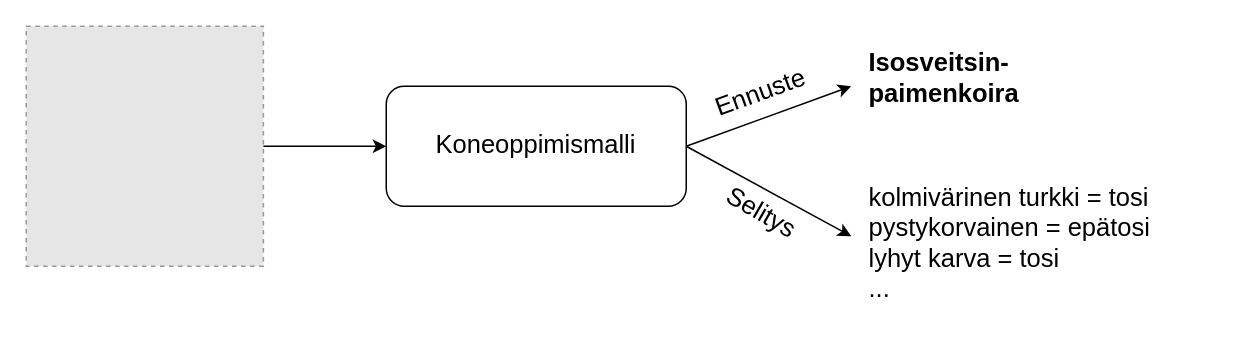
mmanteli/gradu keeps this draw.io diagram as local_antehoc.drawio. Above is the earlier version. Source tidied: cells renumbered, new cells numbered last; positions are measured from the earlier drawing's top-left corner, leaving out a move shared by most shapes. Both pictures are drawn from the tidied source at 150%, with x=0, y=0 at pixel (26, 26). Pictures stored in the file or linked from it are replaced by grey dashed boxes.
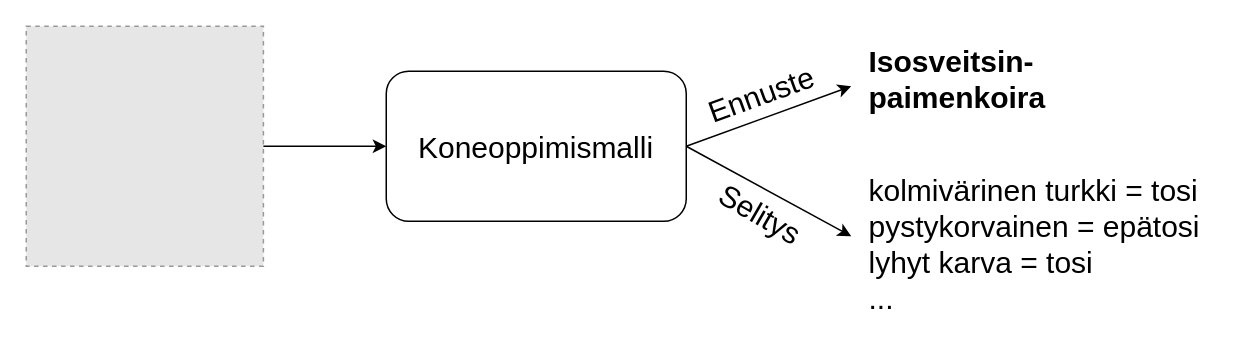
The same diagram, later.

What changed in the source:
```diff
@@
 <mxGraphModel>
   <root>
     <mxCell id="0" />
     <mxCell id="1" parent="0" />
-    <mxCell id="2" style="fillColor=#E6E6E6;strokeColor=#999999;dashed=1;verticalLabelPosition=bottom;labelBackgroundColor=default;verticalAlign=top;" parent="1" vertex="1">
+    <mxCell id="2" style="fillColor=#E6E6E6;strokeColor=#999999;dashed=1;verticalLabelPosition=bottom;labelBackgroundColor=default;verticalAlign=top;fontSize=20;" parent="1" vertex="1">
       <mxGeometry width="158.1" height="160" as="geometry" />
     </mxCell>
-    <mxCell id="3" value="&lt;div style=&quot;font-size: 17px;&quot;&gt;&lt;font style=&quot;font-size: 17px;&quot;&gt;Koneoppimismalli&lt;/font&gt;&lt;/div&gt;" style="rounded=1;whiteSpace=wrap;html=1;" parent="1" vertex="1">
-      <mxGeometry x="240" y="40" width="200" height="80" as="geometry" />
+    <mxCell id="3" value="&lt;div style=&quot;font-size: 20px;&quot;&gt;&lt;font style=&quot;font-size: 20px;&quot;&gt;Koneoppimismalli&lt;/font&gt;&lt;/div&gt;" style="rounded=1;whiteSpace=wrap;html=1;fontSize=20;" parent="1" vertex="1">
+      <mxGeometry x="240" y="30" width="200" height="100" as="geometry" />
     </mxCell>
-    <mxCell id="4" value="&lt;div style=&quot;font-size: 17px;&quot; align=&quot;left&quot;&gt;&lt;font style=&quot;font-size: 17px;&quot;&gt;&lt;b&gt;Isosveitsin-&lt;/b&gt;&lt;/font&gt;&lt;/div&gt;&lt;div style=&quot;font-size: 17px;&quot; align=&quot;left&quot;&gt;&lt;font style=&quot;font-size: 17px;&quot;&gt;&lt;b&gt;&lt;font style=&quot;font-size: 17px;&quot;&gt;paimenkoira&lt;/font&gt;&lt;br&gt;&lt;/b&gt;&lt;/font&gt;&lt;/div&gt;" style="text;html=1;strokeColor=none;fillColor=none;align=left;verticalAlign=middle;whiteSpace=wrap;rounded=0;" parent="1" vertex="1">
+    <mxCell id="4" value="&lt;div style=&quot;font-size: 20px;&quot; align=&quot;left&quot;&gt;&lt;font style=&quot;font-size: 20px;&quot;&gt;&lt;b style=&quot;font-size: 20px;&quot;&gt;Isosveitsin-&lt;/b&gt;&lt;/font&gt;&lt;/div&gt;&lt;div style=&quot;font-size: 20px;&quot; align=&quot;left&quot;&gt;&lt;font style=&quot;font-size: 20px;&quot;&gt;&lt;b style=&quot;font-size: 20px;&quot;&gt;&lt;font style=&quot;font-size: 20px;&quot;&gt;paimenkoira&lt;/font&gt;&lt;br style=&quot;font-size: 20px;&quot;&gt;&lt;/b&gt;&lt;/font&gt;&lt;/div&gt;" style="text;html=1;strokeColor=none;fillColor=none;align=left;verticalAlign=middle;whiteSpace=wrap;rounded=0;fontSize=20;" parent="1" vertex="1">
       <mxGeometry x="560" y="20" width="60" height="30" as="geometry" />
     </mxCell>
-    <mxCell id="5" value="&lt;div style=&quot;font-size: 17px;&quot; align=&quot;left&quot;&gt;&lt;font style=&quot;font-size: 17px;&quot;&gt;kolmivärinen turkki = tosi&lt;/font&gt;&lt;/div&gt;&lt;div style=&quot;font-size: 17px;&quot; align=&quot;left&quot;&gt;&lt;font style=&quot;font-size: 17px;&quot;&gt;pystykorvainen = epätosi&lt;/font&gt;&lt;/div&gt;&lt;div style=&quot;font-size: 17px;&quot; align=&quot;left&quot;&gt;&lt;font style=&quot;font-size: 17px;&quot;&gt;lyhyt karva = tosi&lt;font style=&quot;font-size: 17px;&quot;&gt;&lt;br&gt;&lt;/font&gt;&lt;/font&gt;&lt;/div&gt;&lt;div style=&quot;font-size: 17px;&quot; align=&quot;left&quot;&gt;&lt;font style=&quot;font-size: 17px;&quot;&gt;&lt;font style=&quot;font-size: 17px;&quot;&gt;...&lt;br&gt;&lt;/font&gt;&lt;/font&gt;&lt;/div&gt;" style="text;html=1;strokeColor=none;fillColor=none;align=left;verticalAlign=middle;whiteSpace=wrap;rounded=0;" parent="1" vertex="1">
-      <mxGeometry x="560" y="130" width="220" height="30" as="geometry" />
+    <mxCell id="5" value="&lt;div style=&quot;font-size: 20px;&quot; align=&quot;left&quot;&gt;&lt;font style=&quot;font-size: 20px;&quot;&gt;kolmivärinen turkki = tosi&lt;/font&gt;&lt;/div&gt;&lt;div style=&quot;font-size: 20px;&quot; align=&quot;left&quot;&gt;&lt;font style=&quot;font-size: 20px;&quot;&gt;pystykorvainen = epätosi&lt;/font&gt;&lt;/div&gt;&lt;div style=&quot;font-size: 20px;&quot; align=&quot;left&quot;&gt;&lt;font style=&quot;font-size: 20px;&quot;&gt;lyhyt karva = tosi&lt;font style=&quot;font-size: 20px;&quot;&gt;&lt;br style=&quot;font-size: 20px;&quot;&gt;&lt;/font&gt;&lt;/font&gt;&lt;/div&gt;&lt;div style=&quot;font-size: 20px;&quot; align=&quot;left&quot;&gt;&lt;font style=&quot;font-size: 20px;&quot;&gt;&lt;font style=&quot;font-size: 20px;&quot;&gt;...&lt;br style=&quot;font-size: 20px;&quot;&gt;&lt;/font&gt;&lt;/font&gt;&lt;/div&gt;" style="text;html=1;strokeColor=none;fillColor=none;align=left;verticalAlign=middle;whiteSpace=wrap;rounded=0;fontSize=20;" parent="1" vertex="1">
+      <mxGeometry x="560" y="130" width="240" height="30" as="geometry" />
     </mxCell>
-    <mxCell id="6" style="endArrow=classic;html=1;rounded=0;exitX=1;exitY=0.5;exitDx=0;exitDy=0;" parent="1" edge="1" source="2" target="3">
+    <mxCell id="6" style="endArrow=classic;html=1;rounded=0;exitX=1;exitY=0.5;exitDx=0;exitDy=0;fontSize=20;" parent="1" edge="1" source="2" target="3">
       <mxGeometry relative="1" as="geometry" />
     </mxCell>
-    <mxCell id="7" style="endArrow=classic;html=1;rounded=0;exitX=1;exitY=0.5;exitDx=0;exitDy=0;" parent="1" edge="1" source="3">
+    <mxCell id="7" style="endArrow=classic;html=1;rounded=0;exitX=1;exitY=0.5;exitDx=0;exitDy=0;fontSize=20;" parent="1" edge="1" source="3">
       <mxGeometry relative="1" as="geometry">
         <mxPoint x="550" y="40" as="targetPoint" />
       </mxGeometry>
     </mxCell>
-    <mxCell id="8" style="endArrow=classic;html=1;rounded=0;exitX=1;exitY=0.5;exitDx=0;exitDy=0;" parent="1" edge="1" source="3">
+    <mxCell id="8" style="endArrow=classic;html=1;rounded=0;exitX=1;exitY=0.5;exitDx=0;exitDy=0;fontSize=20;" parent="1" edge="1" source="3">
       <mxGeometry relative="1" as="geometry">
         <mxPoint x="550" y="140" as="targetPoint" />
       </mxGeometry>
     </mxCell>
-    <mxCell id="9" value="&lt;font style=&quot;font-size: 17px;&quot;&gt;Ennuste&lt;/font&gt;" style="text;html=1;strokeColor=none;fillColor=none;align=center;verticalAlign=middle;whiteSpace=wrap;rounded=0;rotation=-20;" parent="1" vertex="1">
+    <mxCell id="9" value="&lt;font style=&quot;font-size: 20px;&quot;&gt;Ennuste&lt;/font&gt;" style="text;html=1;strokeColor=none;fillColor=none;align=center;verticalAlign=middle;whiteSpace=wrap;rounded=0;rotation=-20;fontSize=20;" parent="1" vertex="1">
       <mxGeometry x="460" y="30" width="60" height="30" as="geometry" />
     </mxCell>
-    <mxCell id="10" value="&lt;font style=&quot;font-size: 17px;&quot;&gt;Selitys&lt;/font&gt;" style="text;html=1;strokeColor=none;fillColor=none;align=center;verticalAlign=middle;whiteSpace=wrap;rounded=0;rotation=30;" parent="1" vertex="1">
+    <mxCell id="10" value="&lt;font style=&quot;font-size: 20px;&quot;&gt;Selitys&lt;/font&gt;" style="text;html=1;strokeColor=none;fillColor=none;align=center;verticalAlign=middle;whiteSpace=wrap;rounded=0;rotation=30;fontSize=20;" parent="1" vertex="1">
       <mxGeometry x="460" y="110" width="60" height="30" as="geometry" />
     </mxCell>
   </root>
 </mxGraphModel>
```
